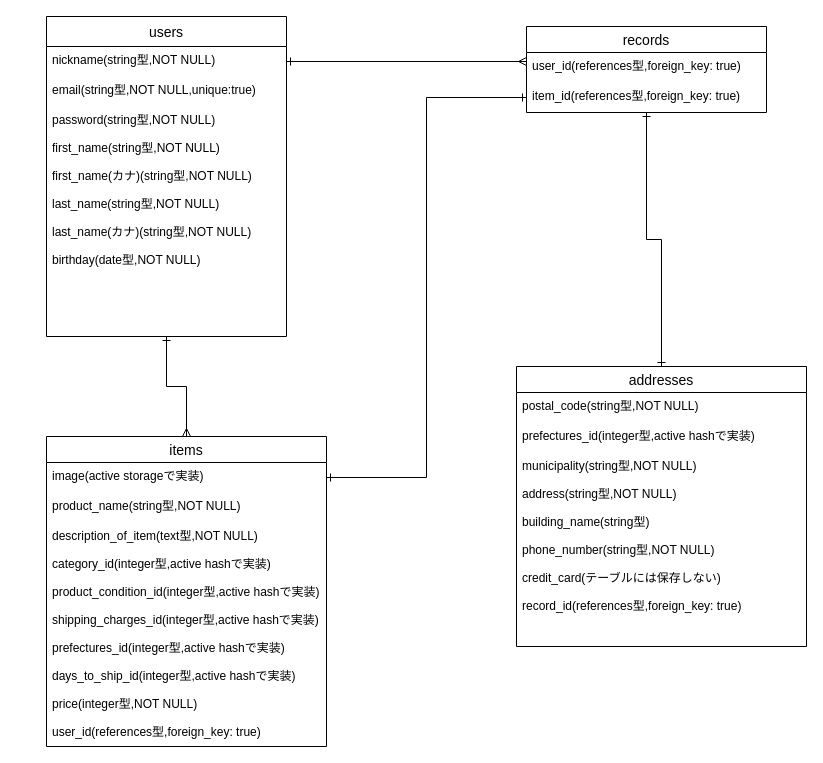
Before: furima.dio in symr1010/furima-32991, a draw.io diagram. Source tidied: cells renumbered, new cells numbered last; positions are measured from the earlier drawing's top-left corner, leaving out a move shared by most shapes. Both pictures are drawn from the tidied source at 100%, with x=0, y=0 at pixel (46, 16).
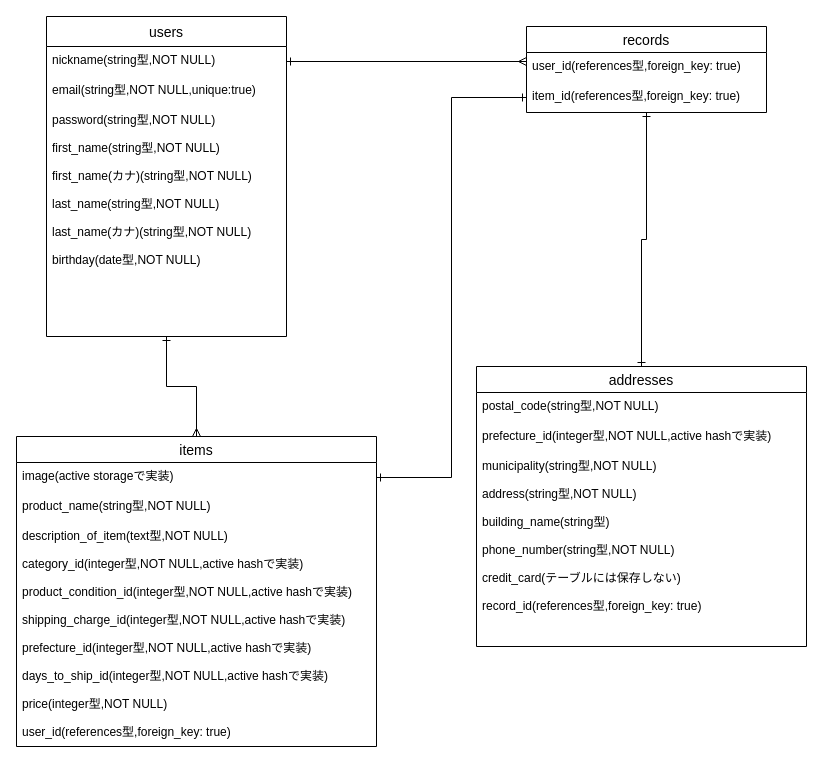
Above is the later version.

Commit message (it also covers changes not shown here):
データベース設計(修正)2

The edit, as a diff of the source:
```diff
@@
     <mxCell id="11" value="items" style="swimlane;fontStyle=0;horizontal=1;startSize=26;align=center;fontSize=14;" parent="1" vertex="1">
-      <mxGeometry y="420" width="280" height="310" as="geometry" />
+      <mxGeometry x="-30" y="420" width="360" height="310" as="geometry" />
     </mxCell>
     <mxCell id="12" value="image(active storageで実装)" style="text;strokeColor=none;fillColor=none;spacingLeft=4;spacingRight=4;overflow=hidden;points=[[0,0.5],[1,0.5]];portConstraint=eastwest;fontSize=12;" parent="11" vertex="1">
-      <mxGeometry y="26" width="280" height="30" as="geometry" />
+      <mxGeometry y="26" width="360" height="30" as="geometry" />
     </mxCell>
     <mxCell id="13" value="product_name(string型,NOT NULL)" style="text;strokeColor=none;fillColor=none;spacingLeft=4;spacingRight=4;overflow=hidden;fontSize=12;" parent="11" vertex="1">
-      <mxGeometry y="56" width="280" height="30" as="geometry" />
+      <mxGeometry y="56" width="360" height="30" as="geometry" />
     </mxCell>
-    <mxCell id="14" value="description_of_item(text型,NOT NULL)&#10;&#10;category_id(integer型,active hashで実装)&#10;&#10;product_condition_id(integer型,active hashで実装)&#10;&#10;shipping_charges_id(integer型,active hashで実装)&#10;&#10;prefectures_id(integer型,active hashで実装)&#10;&#10;days_to_ship_id(integer型,active hashで実装)&#10;&#10;price(integer型,NOT NULL)&#10;&#10;user_id(references型,foreign_key: true)" style="text;strokeColor=none;fillColor=none;spacingLeft=4;spacingRight=4;overflow=hidden;fontSize=12;" parent="11" vertex="1">
-      <mxGeometry y="86" width="280" height="224" as="geometry" />
+    <mxCell id="14" value="description_of_item(text型,NOT NULL)&#10;&#10;category_id(integer型,NOT NULL,active hashで実装)&#10;&#10;product_condition_id(integer型,NOT NULL,active hashで実装)&#10;&#10;shipping_charge_id(integer型,NOT NULL,active hashで実装)&#10;&#10;prefecture_id(integer型,NOT NULL,active hashで実装)&#10;&#10;days_to_ship_id(integer型,NOT NULL,active hashで実装)&#10;&#10;price(integer型,NOT NULL)&#10;&#10;user_id(references型,foreign_key: true)" style="text;strokeColor=none;fillColor=none;spacingLeft=4;spacingRight=4;overflow=hidden;fontSize=12;" parent="11" vertex="1">
+      <mxGeometry y="86" width="360" height="224" as="geometry" />
     </mxCell>
     <mxCell id="15" value="addresses" style="swimlane;fontStyle=0;horizontal=1;startSize=26;align=center;fontSize=14;" parent="1" vertex="1">
-      <mxGeometry x="470" y="350" width="290" height="280" as="geometry" />
+      <mxGeometry x="430" y="350" width="330" height="280" as="geometry" />
     </mxCell>
     <mxCell id="16" value="postal_code(string型,NOT NULL)" style="text;strokeColor=none;fillColor=none;spacingLeft=4;spacingRight=4;overflow=hidden;fontSize=12;" parent="15" vertex="1">
-      <mxGeometry y="26" width="290" height="30" as="geometry" />
+      <mxGeometry y="26" width="330" height="30" as="geometry" />
     </mxCell>
-    <mxCell id="17" value="prefectures_id(integer型,active hashで実装)" style="text;strokeColor=none;fillColor=none;spacingLeft=4;spacingRight=4;overflow=hidden;fontSize=12;" parent="15" vertex="1">
-      <mxGeometry y="56" width="290" height="30" as="geometry" />
+    <mxCell id="17" value="prefecture_id(integer型,NOT NULL,active hashで実装)" style="text;strokeColor=none;fillColor=none;spacingLeft=4;spacingRight=4;overflow=hidden;fontSize=12;" parent="15" vertex="1">
+      <mxGeometry y="56" width="330" height="30" as="geometry" />
     </mxCell>
     <mxCell id="18" value="municipality(string型,NOT NULL)&#10;&#10;address(string型,NOT NULL)&#10;&#10;building_name(string型)&#10;&#10;phone_number(string型,NOT NULL)&#10;&#10;credit_card(テーブルには保存しない)&#10;&#10;record_id(references型,foreign_key: true)" style="text;strokeColor=none;fillColor=none;spacingLeft=4;spacingRight=4;overflow=hidden;fontSize=12;" parent="15" vertex="1">
-      <mxGeometry y="86" width="290" height="194" as="geometry" />
+      <mxGeometry y="86" width="330" height="194" as="geometry" />
     </mxCell>
```
